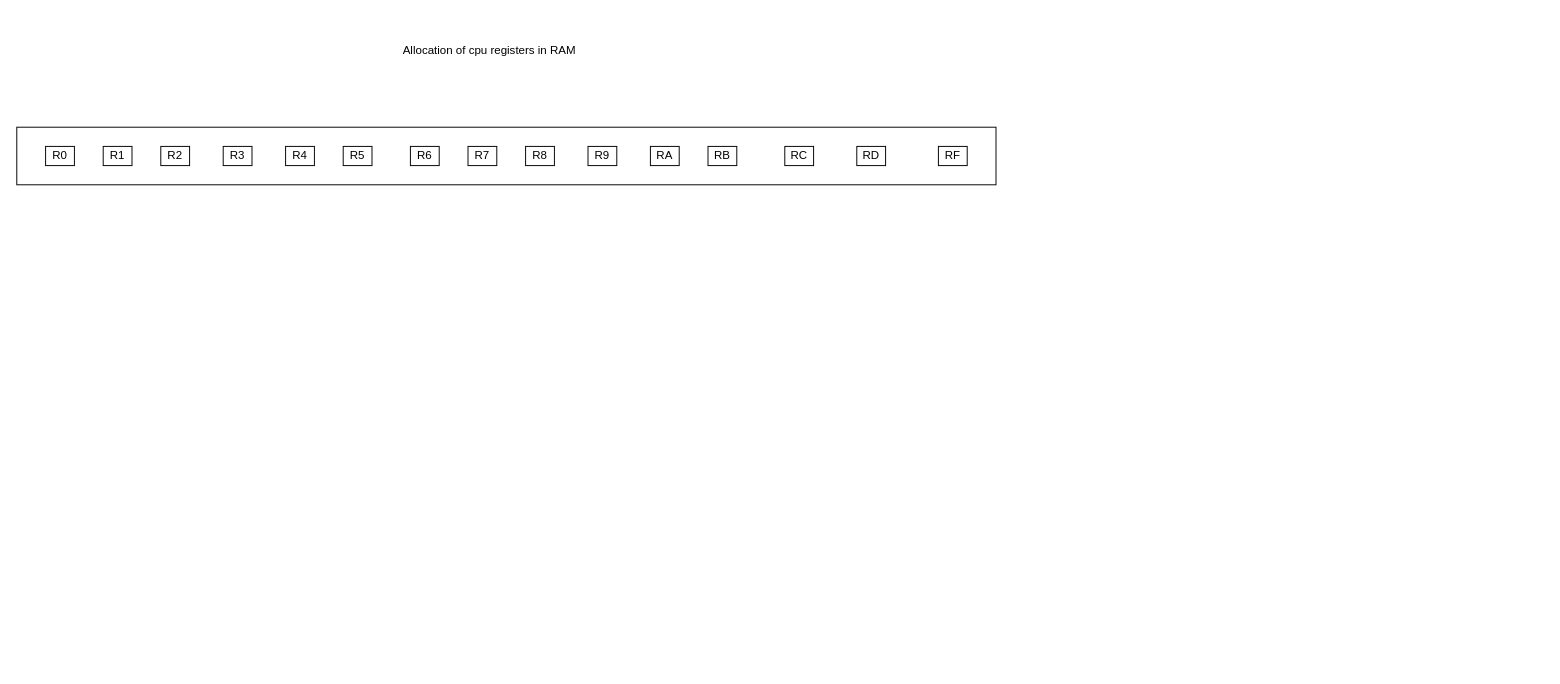
Earlier version of the draw.io diagram diagrams/CPU-registers.drawio (kpolet2010-hue/CoreSim). Source tidied: cells renumbered, new cells numbered last; positions are measured from the earlier drawing's top-left corner, leaving out a move shared by most shapes. Both pictures are drawn from the tidied source at 96%, with x=0, y=0 at pixel (16, 36).
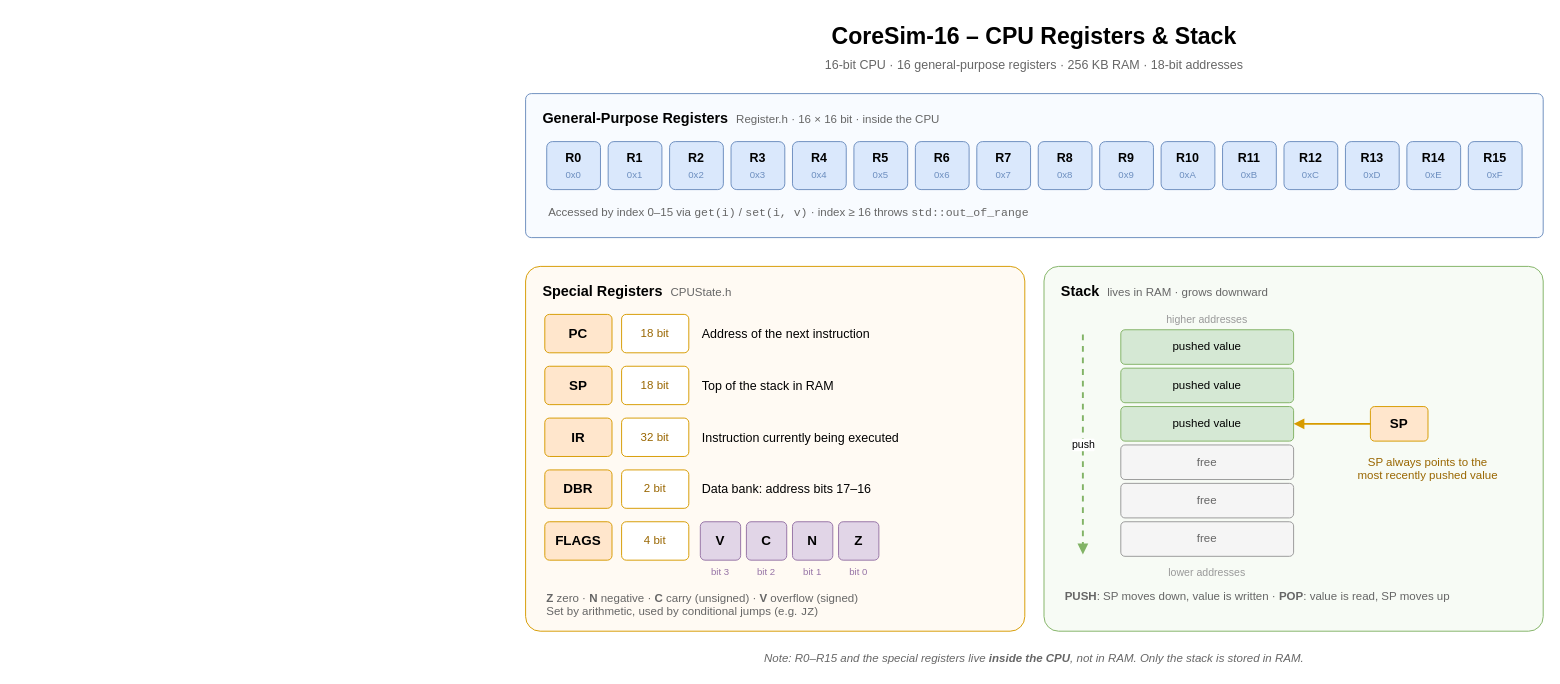
After the change.

Commit message (it also covers changes not shown here):
docs: redesign CPU register and stack diagram

What changed in the source:
```diff
@@
-<mxGraphModel>
+<mxGraphModel background="#FFFFFF">
@@
-    <mxCell id="2" style="whiteSpace=wrap;html=1;" parent="1" vertex="1">
-      <mxGeometry y="95" width="1020" height="60" as="geometry" />
-    </mxCell>
-    <mxCell id="3" value="R0" style="rounded=0;whiteSpace=wrap;html=1;" parent="1" vertex="1">
-      <mxGeometry x="30" y="115" width="30" height="20" as="geometry" />
-    </mxCell>
-    <mxCell id="4" value="R1" style="rounded=0;whiteSpace=wrap;html=1;" parent="1" vertex="1">
-      <mxGeometry x="90" y="115" width="30" height="20" as="geometry" />
-    </mxCell>
-    <mxCell id="5" value="R2" style="rounded=0;whiteSpace=wrap;html=1;" parent="1" vertex="1">
-      <mxGeometry x="150" y="115" width="30" height="20" as="geometry" />
-    </mxCell>
-    <mxCell id="6" value="R3" style="rounded=0;whiteSpace=wrap;html=1;" parent="1" vertex="1">
-      <mxGeometry x="215" y="115" width="30" height="20" as="geometry" />
-    </mxCell>
-    <mxCell id="7" value="R4" style="rounded=0;whiteSpace=wrap;html=1;" parent="1" vertex="1">
-      <mxGeometry x="280" y="115" width="30" height="20" as="geometry" />
-    </mxCell>
-    <mxCell id="8" value="R5" style="rounded=0;whiteSpace=wrap;html=1;" parent="1" vertex="1">
-      <mxGeometry x="340" y="115" width="30" height="20" as="geometry" />
-    </mxCell>
-    <mxCell id="9" value="R6" style="rounded=0;whiteSpace=wrap;html=1;" parent="1" vertex="1">
-      <mxGeometry x="410" y="115" width="30" height="20" as="geometry" />
-    </mxCell>
-    <mxCell id="10" value="R7" style="rounded=0;whiteSpace=wrap;html=1;" parent="1" vertex="1">
-      <mxGeometry x="470" y="115" width="30" height="20" as="geometry" />
-    </mxCell>
-    <mxCell id="11" value="R8" style="rounded=0;whiteSpace=wrap;html=1;" parent="1" vertex="1">
-      <mxGeometry x="530" y="115" width="30" height="20" as="geometry" />
-    </mxCell>
-    <mxCell id="12" value="R9" style="rounded=0;whiteSpace=wrap;html=1;" parent="1" vertex="1">
-      <mxGeometry x="595" y="115" width="30" height="20" as="geometry" />
-    </mxCell>
-    <mxCell id="13" value="RA" style="rounded=0;whiteSpace=wrap;html=1;" parent="1" vertex="1">
-      <mxGeometry x="660" y="115" width="30" height="20" as="geometry" />
-    </mxCell>
-    <mxCell id="14" value="RB" style="rounded=0;whiteSpace=wrap;html=1;" parent="1" vertex="1">
-      <mxGeometry x="720" y="115" width="30" height="20" as="geometry" />
-    </mxCell>
-    <mxCell id="15" value="RC" style="rounded=0;whiteSpace=wrap;html=1;" parent="1" vertex="1">
-      <mxGeometry x="800" y="115" width="30" height="20" as="geometry" />
-    </mxCell>
-    <mxCell id="16" value="RD" style="rounded=0;whiteSpace=wrap;html=1;" parent="1" vertex="1">
-      <mxGeometry x="875" y="115" width="30" height="20" as="geometry" />
-    </mxCell>
-    <mxCell id="17" value="RF" style="rounded=0;whiteSpace=wrap;html=1;" parent="1" vertex="1">
-      <mxGeometry x="960" y="115" width="30" height="20" as="geometry" />
-    </mxCell>
-    <mxCell id="18" value="Allocation of cpu registers in RAM" style="text;html=1;whiteSpace=wrap;strokeColor=none;fillColor=none;align=center;verticalAlign=middle;rounded=0;" parent="1" vertex="1">
-      <mxGeometry x="310" width="365" height="30" as="geometry" />
-    </mxCell>
+    <mxCell id="19" value="CoreSim-16 &amp;ndash; CPU Registers &amp;amp; Stack" style="text;html=1;strokeColor=none;fillColor=none;whiteSpace=wrap;fontFamily=Helvetica;fontSize=24;fontStyle=1;align=center;" parent="1" vertex="1">
+      <mxGeometry x="530" y="-20" width="1060" height="36" as="geometry" />
+    </mxCell>
+    <mxCell id="20" value="16-bit CPU &amp;middot; 16 general-purpose registers &amp;middot; 256 KB RAM &amp;middot; 18-bit addresses" style="text;html=1;strokeColor=none;fillColor=none;whiteSpace=wrap;fontFamily=Helvetica;fontSize=13;fontColor=#666666;align=center;" parent="1" vertex="1">
+      <mxGeometry x="530" y="16" width="1060" height="24" as="geometry" />
+    </mxCell>
+    <mxCell id="21" value="General-Purpose Registers&amp;nbsp;&amp;nbsp;&lt;span style=&quot;font-weight:normal;font-size:12px;color:#666666&quot;&gt;Register.h &amp;middot; 16 &amp;times; 16 bit &amp;middot; inside the CPU&lt;/span&gt;" style="rounded=1;arcSize=4;whiteSpace=wrap;html=1;verticalAlign=top;align=left;spacingLeft=16;spacingTop=10;fontSize=15;fontStyle=1;fontFamily=Helvetica;fillColor=#f8fbff;strokeColor=#6c8ebf;" parent="1" vertex="1">
+      <mxGeometry x="530" y="60" width="1060" height="150" as="geometry" />
+    </mxCell>
+    <mxCell id="22" value="&lt;b&gt;R0&lt;/b&gt;&lt;br&gt;&lt;font style=&quot;font-size:10px&quot; color=&quot;#6c8ebf&quot;&gt;0x0&lt;/font&gt;" style="rounded=1;arcSize=12;whiteSpace=wrap;html=1;fontFamily=Helvetica;fillColor=#dae8fc;strokeColor=#6c8ebf;fontSize=13;" parent="1" vertex="1">
+      <mxGeometry x="552" y="110" width="56" height="50" as="geometry" />
+    </mxCell>
+    <mxCell id="23" value="&lt;b&gt;R1&lt;/b&gt;&lt;br&gt;&lt;font style=&quot;font-size:10px&quot; color=&quot;#6c8ebf&quot;&gt;0x1&lt;/font&gt;" style="rounded=1;arcSize=12;whiteSpace=wrap;html=1;fontFamily=Helvetica;fillColor=#dae8fc;strokeColor=#6c8ebf;fontSize=13;" parent="1" vertex="1">
+      <mxGeometry x="616" y="110" width="56" height="50" as="geometry" />
+    </mxCell>
+    <mxCell id="24" value="&lt;b&gt;R2&lt;/b&gt;&lt;br&gt;&lt;font style=&quot;font-size:10px&quot; color=&quot;#6c8ebf&quot;&gt;0x2&lt;/font&gt;" style="rounded=1;arcSize=12;whiteSpace=wrap;html=1;fontFamily=Helvetica;fillColor=#dae8fc;strokeColor=#6c8ebf;fontSize=13;" parent="1" vertex="1">
+      <mxGeometry x="680" y="110" width="56" height="50" as="geometry" />
+    </mxCell>
+    <mxCell id="25" value="&lt;b&gt;R3&lt;/b&gt;&lt;br&gt;&lt;font style=&quot;font-size:10px&quot; color=&quot;#6c8ebf&quot;&gt;0x3&lt;/font&gt;" style="rounded=1;arcSize=12;whiteSpace=wrap;html=1;fontFamily=Helvetica;fillColor=#dae8fc;strokeColor=#6c8ebf;fontSize=13;" parent="1" vertex="1">
+      <mxGeometry x="744" y="110" width="56" height="50" as="geometry" />
+    </mxCell>
+    <mxCell id="26" value="&lt;b&gt;R4&lt;/b&gt;&lt;br&gt;&lt;font style=&quot;font-size:10px&quot; color=&quot;#6c8ebf&quot;&gt;0x4&lt;/font&gt;" style="rounded=1;arcSize=12;whiteSpace=wrap;html=1;fontFamily=Helvetica;fillColor=#dae8fc;strokeColor=#6c8ebf;fontSize=13;" parent="1" vertex="1">
+      <mxGeometry x="808" y="110" width="56" height="50" as="geometry" />
+    </mxCell>
+    <mxCell id="27" value="&lt;b&gt;R5&lt;/b&gt;&lt;br&gt;&lt;font style=&quot;font-size:10px&quot; color=&quot;#6c8ebf&quot;&gt;0x5&lt;/font&gt;" style="rounded=1;arcSize=12;whiteSpace=wrap;html=1;fontFamily=Helvetica;fillColor=#dae8fc;strokeColor=#6c8ebf;fontSize=13;" parent="1" vertex="1">
+      <mxGeometry x="872" y="110" width="56" height="50" as="geometry" />
+    </mxCell>
+    <mxCell id="28" value="&lt;b&gt;R6&lt;/b&gt;&lt;br&gt;&lt;font style=&quot;font-size:10px&quot; color=&quot;#6c8ebf&quot;&gt;0x6&lt;/font&gt;" style="rounded=1;arcSize=12;whiteSpace=wrap;html=1;fontFamily=Helvetica;fillColor=#dae8fc;strokeColor=#6c8ebf;fontSize=13;" parent="1" vertex="1">
+      <mxGeometry x="936" y="110" width="56" height="50" as="geometry" />
+    </mxCell>
+    <mxCell id="29" value="&lt;b&gt;R7&lt;/b&gt;&lt;br&gt;&lt;font style=&quot;font-size:10px&quot; color=&quot;#6c8ebf&quot;&gt;0x7&lt;/font&gt;" style="rounded=1;arcSize=12;whiteSpace=wrap;html=1;fontFamily=Helvetica;fillColor=#dae8fc;strokeColor=#6c8ebf;fontSize=13;" parent="1" vertex="1">
+      <mxGeometry x="1000" y="110" width="56" height="50" as="geometry" />
+    </mxCell>
+    <mxCell id="30" value="&lt;b&gt;R8&lt;/b&gt;&lt;br&gt;&lt;font style=&quot;font-size:10px&quot; color=&quot;#6c8ebf&quot;&gt;0x8&lt;/font&gt;" style="rounded=1;arcSize=12;whiteSpace=wrap;html=1;fontFamily=Helvetica;fillColor=#dae8fc;strokeColor=#6c8ebf;fontSize=13;" parent="1" vertex="1">
+      <mxGeometry x="1064" y="110" width="56" height="50" as="geometry" />
+    </mxCell>
+    <mxCell id="31" value="&lt;b&gt;R9&lt;/b&gt;&lt;br&gt;&lt;font style=&quot;font-size:10px&quot; color=&quot;#6c8ebf&quot;&gt;0x9&lt;/font&gt;" style="rounded=1;arcSize=12;whiteSpace=wrap;html=1;fontFamily=Helvetica;fillColor=#dae8fc;strokeColor=#6c8ebf;fontSize=13;" parent="1" vertex="1">
+      <mxGeometry x="1128" y="110" width="56" height="50" as="geometry" />
+    </mxCell>
+    <mxCell id="32" value="&lt;b&gt;R10&lt;/b&gt;&lt;br&gt;&lt;font style=&quot;font-size:10px&quot; color=&quot;#6c8ebf&quot;&gt;0xA&lt;/font&gt;" style="rounded=1;arcSize=12;whiteSpace=wrap;html=1;fontFamily=Helvetica;fillColor=#dae8fc;strokeColor=#6c8ebf;fontSize=13;" parent="1" vertex="1">
+      <mxGeometry x="1192" y="110" width="56" height="50" as="geometry" />
+    </mxCell>
+    <mxCell id="33" value="&lt;b&gt;R11&lt;/b&gt;&lt;br&gt;&lt;font style=&quot;font-size:10px&quot; color=&quot;#6c8ebf&quot;&gt;0xB&lt;/font&gt;" style="rounded=1;arcSize=12;whiteSpace=wrap;html=1;fontFamily=Helvetica;fillColor=#dae8fc;strokeColor=#6c8ebf;fontSize=13;" parent="1" vertex="1">
+      <mxGeometry x="1256" y="110" width="56" height="50" as="geometry" />
+    </mxCell>
+    <mxCell id="34" value="&lt;b&gt;R12&lt;/b&gt;&lt;br&gt;&lt;font style=&quot;font-size:10px&quot; color=&quot;#6c8ebf&quot;&gt;0xC&lt;/font&gt;" style="rounded=1;arcSize=12;whiteSpace=wrap;html=1;fontFamily=Helvetica;fillColor=#dae8fc;strokeColor=#6c8ebf;fontSize=13;" parent="1" vertex="1">
+      <mxGeometry x="1320" y="110" width="56" height="50" as="geometry" />
+    </mxCell>
+    <mxCell id="35" value="&lt;b&gt;R13&lt;/b&gt;&lt;br&gt;&lt;font style=&quot;font-size:10px&quot; color=&quot;#6c8ebf&quot;&gt;0xD&lt;/font&gt;" style="rounded=1;arcSize=12;whiteSpace=wrap;html=1;fontFamily=Helvetica;fillColor=#dae8fc;strokeColor=#6c8ebf;fontSize=13;" parent="1" vertex="1">
+      <mxGeometry x="1384" y="110" width="56" height="50" as="geometry" />
+    </mxCell>
+    <mxCell id="36" value="&lt;b&gt;R14&lt;/b&gt;&lt;br&gt;&lt;font style=&quot;font-size:10px&quot; color=&quot;#6c8ebf&quot;&gt;0xE&lt;/font&gt;" style="rounded=1;arcSize=12;whiteSpace=wrap;html=1;fontFamily=Helvetica;fillColor=#dae8fc;strokeColor=#6c8ebf;fontSize=13;" parent="1" vertex="1">
+      <mxGeometry x="1448" y="110" width="56" height="50" as="geometry" />
+    </mxCell>
+    <mxCell id="37" value="&lt;b&gt;R15&lt;/b&gt;&lt;br&gt;&lt;font style=&quot;font-size:10px&quot; color=&quot;#6c8ebf&quot;&gt;0xF&lt;/font&gt;" style="rounded=1;arcSize=12;whiteSpace=wrap;html=1;fontFamily=Helvetica;fillColor=#dae8fc;strokeColor=#6c8ebf;fontSize=13;" parent="1" vertex="1">
+      <mxGeometry x="1512" y="110" width="56" height="50" as="geometry" />
+    </mxCell>
+    <mxCell id="38" value="Accessed by index 0&amp;ndash;15 via &lt;code&gt;get(i)&lt;/code&gt; / &lt;code&gt;set(i, v)&lt;/code&gt; &amp;middot; index &amp;ge; 16 throws &lt;code&gt;std::out_of_range&lt;/code&gt;" style="text;html=1;strokeColor=none;fillColor=none;whiteSpace=wrap;fontFamily=Helvetica;fontSize=12;fontColor=#666666;align=left;" parent="1" vertex="1">
+      <mxGeometry x="552" y="170" width="1016" height="24" as="geometry" />
+    </mxCell>
+    <mxCell id="39" value="Special Registers&amp;nbsp;&amp;nbsp;&lt;span style=&quot;font-weight:normal;font-size:12px;color:#666666&quot;&gt;CPUState.h&lt;/span&gt;" style="rounded=1;arcSize=4;whiteSpace=wrap;html=1;verticalAlign=top;align=left;spacingLeft=16;spacingTop=10;fontSize=15;fontStyle=1;fontFamily=Helvetica;fillColor=#fffaf3;strokeColor=#d79b00;" parent="1" vertex="1">
+      <mxGeometry x="530" y="240" width="520" height="380" as="geometry" />
+    </mxCell>
+    <mxCell id="40" value="&lt;b&gt;PC&lt;/b&gt;" style="rounded=1;arcSize=12;whiteSpace=wrap;html=1;fontFamily=Helvetica;fillColor=#ffe6cc;strokeColor=#d79b00;fontSize=14;" parent="1" vertex="1">
+      <mxGeometry x="550" y="290" width="70" height="40" as="geometry" />
+    </mxCell>
+    <mxCell id="41" value="18 bit" style="rounded=1;arcSize=12;whiteSpace=wrap;html=1;fontFamily=Helvetica;fillColor=#ffffff;strokeColor=#d79b00;fontSize=12;fontColor=#996600;" parent="1" vertex="1">
+      <mxGeometry x="630" y="290" width="70" height="40" as="geometry" />
+    </mxCell>
+    <mxCell id="42" value="Address of the next instruction" style="text;html=1;strokeColor=none;fillColor=none;whiteSpace=wrap;fontFamily=Helvetica;fontSize=13;align=left;verticalAlign=middle;" parent="1" vertex="1">
+      <mxGeometry x="712" y="290" width="320" height="40" as="geometry" />
+    </mxCell>
+    <mxCell id="43" value="&lt;b&gt;SP&lt;/b&gt;" style="rounded=1;arcSize=12;whiteSpace=wrap;html=1;fontFamily=Helvetica;fillColor=#ffe6cc;strokeColor=#d79b00;fontSize=14;" parent="1" vertex="1">
+      <mxGeometry x="550" y="344" width="70" height="40" as="geometry" />
+    </mxCell>
+    <mxCell id="44" value="18 bit" style="rounded=1;arcSize=12;whiteSpace=wrap;html=1;fontFamily=Helvetica;fillColor=#ffffff;strokeColor=#d79b00;fontSize=12;fontColor=#996600;" parent="1" vertex="1">
+      <mxGeometry x="630" y="344" width="70" height="40" as="geometry" />
+    </mxCell>
+    <mxCell id="45" value="Top of the stack in RAM" style="text;html=1;strokeColor=none;fillColor=none;whiteSpace=wrap;fontFamily=Helvetica;fontSize=13;align=left;verticalAlign=middle;" parent="1" vertex="1">
+      <mxGeometry x="712" y="344" width="320" height="40" as="geometry" />
+    </mxCell>
+    <mxCell id="46" value="&lt;b&gt;IR&lt;/b&gt;" style="rounded=1;arcSize=12;whiteSpace=wrap;html=1;fontFamily=Helvetica;fillColor=#ffe6cc;strokeColor=#d79b00;fontSize=14;" parent="1" vertex="1">
+      <mxGeometry x="550" y="398" width="70" height="40" as="geometry" />
+    </mxCell>
+    <mxCell id="47" value="32 bit" style="rounded=1;arcSize=12;whiteSpace=wrap;html=1;fontFamily=Helvetica;fillColor=#ffffff;strokeColor=#d79b00;fontSize=12;fontColor=#996600;" parent="1" vertex="1">
+      <mxGeometry x="630" y="398" width="70" height="40" as="geometry" />
+    </mxCell>
+    <mxCell id="48" value="Instruction currently being executed" style="text;html=1;strokeColor=none;fillColor=none;whiteSpace=wrap;fontFamily=Helvetica;fontSize=13;align=left;verticalAlign=middle;" parent="1" vertex="1">
+      <mxGeometry x="712" y="398" width="320" height="40" as="geometry" />
+    </mxCell>
+    <mxCell id="49" value="&lt;b&gt;DBR&lt;/b&gt;" style="rounded=1;arcSize=12;whiteSpace=wrap;html=1;fontFamily=Helvetica;fillColor=#ffe6cc;strokeColor=#d79b00;fontSize=14;" parent="1" vertex="1">
+      <mxGeometry x="550" y="452" width="70" height="40" as="geometry" />
+    </mxCell>
+    <mxCell id="50" value="2 bit" style="rounded=1;arcSize=12;whiteSpace=wrap;html=1;fontFamily=Helvetica;fillColor=#ffffff;strokeColor=#d79b00;fontSize=12;fontColor=#996600;" parent="1" vertex="1">
+      <mxGeometry x="630" y="452" width="70" height="40" as="geometry" />
+    </mxCell>
+    <mxCell id="51" value="Data bank: address bits 17&amp;ndash;16" style="text;html=1;strokeColor=none;fillColor=none;whiteSpace=wrap;fontFamily=Helvetica;fontSize=13;align=left;verticalAlign=middle;" parent="1" vertex="1">
+      <mxGeometry x="712" y="452" width="320" height="40" as="geometry" />
+    </mxCell>
+    <mxCell id="52" value="&lt;b&gt;FLAGS&lt;/b&gt;" style="rounded=1;arcSize=12;whiteSpace=wrap;html=1;fontFamily=Helvetica;fillColor=#ffe6cc;strokeColor=#d79b00;fontSize=14;" parent="1" vertex="1">
+      <mxGeometry x="550" y="506" width="70" height="40" as="geometry" />
+    </mxCell>
+    <mxCell id="53" value="4 bit" style="rounded=1;arcSize=12;whiteSpace=wrap;html=1;fontFamily=Helvetica;fillColor=#ffffff;strokeColor=#d79b00;fontSize=12;fontColor=#996600;" parent="1" vertex="1">
+      <mxGeometry x="630" y="506" width="70" height="40" as="geometry" />
+    </mxCell>
+    <mxCell id="54" value="&lt;b&gt;V&lt;/b&gt;" style="rounded=1;arcSize=12;whiteSpace=wrap;html=1;fontFamily=Helvetica;fillColor=#e1d5e7;strokeColor=#9673a6;fontSize=14;" parent="1" vertex="1">
+      <mxGeometry x="712" y="506" width="42" height="40" as="geometry" />
+    </mxCell>
+    <mxCell id="55" value="bit 3" style="text;html=1;strokeColor=none;fillColor=none;whiteSpace=wrap;fontFamily=Helvetica;fontSize=10;fontColor=#9673a6;align=center;" parent="1" vertex="1">
+      <mxGeometry x="712" y="546" width="42" height="18" as="geometry" />
+    </mxCell>
+    <mxCell id="56" value="&lt;b&gt;C&lt;/b&gt;" style="rounded=1;arcSize=12;whiteSpace=wrap;html=1;fontFamily=Helvetica;fillColor=#e1d5e7;strokeColor=#9673a6;fontSize=14;" parent="1" vertex="1">
+      <mxGeometry x="760" y="506" width="42" height="40" as="geometry" />
+    </mxCell>
+    <mxCell id="57" value="bit 2" style="text;html=1;strokeColor=none;fillColor=none;whiteSpace=wrap;fontFamily=Helvetica;fontSize=10;fontColor=#9673a6;align=center;" parent="1" vertex="1">
+      <mxGeometry x="760" y="546" width="42" height="18" as="geometry" />
+    </mxCell>
+    <mxCell id="58" value="&lt;b&gt;N&lt;/b&gt;" style="rounded=1;arcSize=12;whiteSpace=wrap;html=1;fontFamily=Helvetica;fillColor=#e1d5e7;strokeColor=#9673a6;fontSize=14;" parent="1" vertex="1">
+      <mxGeometry x="808" y="506" width="42" height="40" as="geometry" />
+    </mxCell>
+    <mxCell id="59" value="bit 1" style="text;html=1;strokeColor=none;fillColor=none;whiteSpace=wrap;fontFamily=Helvetica;fontSize=10;fontColor=#9673a6;align=center;" parent="1" vertex="1">
+      <mxGeometry x="808" y="546" width="42" height="18" as="geometry" />
+    </mxCell>
+    <mxCell id="60" value="&lt;b&gt;Z&lt;/b&gt;" style="rounded=1;arcSize=12;whiteSpace=wrap;html=1;fontFamily=Helvetica;fillColor=#e1d5e7;strokeColor=#9673a6;fontSize=14;" parent="1" vertex="1">
+      <mxGeometry x="856" y="506" width="42" height="40" as="geometry" />
+    </mxCell>
+    <mxCell id="61" value="bit 0" style="text;html=1;strokeColor=none;fillColor=none;whiteSpace=wrap;fontFamily=Helvetica;fontSize=10;fontColor=#9673a6;align=center;" parent="1" vertex="1">
+      <mxGeometry x="856" y="546" width="42" height="18" as="geometry" />
+    </mxCell>
+    <mxCell id="62" value="&lt;b&gt;Z&lt;/b&gt; zero &amp;middot; &lt;b&gt;N&lt;/b&gt; negative &amp;middot; &lt;b&gt;C&lt;/b&gt; carry (unsigned) &amp;middot; &lt;b&gt;V&lt;/b&gt; overflow (signed)&lt;br&gt;Set by arithmetic, used by conditional jumps (e.g. &lt;code&gt;JZ&lt;/code&gt;)" style="text;html=1;strokeColor=none;fillColor=none;whiteSpace=wrap;fontFamily=Helvetica;fontSize=12;fontColor=#666666;align=left;" parent="1" vertex="1">
+      <mxGeometry x="550" y="572" width="490" height="40" as="geometry" />
+    </mxCell>
+    <mxCell id="63" value="Stack&amp;nbsp;&amp;nbsp;&lt;span style=&quot;font-weight:normal;font-size:12px;color:#666666&quot;&gt;lives in RAM &amp;middot; grows downward&lt;/span&gt;" style="rounded=1;arcSize=4;whiteSpace=wrap;html=1;verticalAlign=top;align=left;spacingLeft=16;spacingTop=10;fontSize=15;fontStyle=1;fontFamily=Helvetica;fillColor=#f7fbf5;strokeColor=#82b366;" parent="1" vertex="1">
+      <mxGeometry x="1070" y="240" width="520" height="380" as="geometry" />
+    </mxCell>
+    <mxCell id="64" value="higher addresses" style="text;html=1;strokeColor=none;fillColor=none;whiteSpace=wrap;fontFamily=Helvetica;fontSize=11;fontColor=#999999;align=center;" parent="1" vertex="1">
+      <mxGeometry x="1150" y="282" width="180" height="20" as="geometry" />
+    </mxCell>
+    <mxCell id="65" value="pushed value" style="rounded=1;arcSize=12;whiteSpace=wrap;html=1;fontFamily=Helvetica;fillColor=#d5e8d4;strokeColor=#82b366;fontSize=12;" parent="1" vertex="1">
+      <mxGeometry x="1150" y="306" width="180" height="36" as="geometry" />
+    </mxCell>
+    <mxCell id="66" value="pushed value" style="rounded=1;arcSize=12;whiteSpace=wrap;html=1;fontFamily=Helvetica;fillColor=#d5e8d4;strokeColor=#82b366;fontSize=12;" parent="1" vertex="1">
+      <mxGeometry x="1150" y="346" width="180" height="36" as="geometry" />
+    </mxCell>
+    <mxCell id="67" value="pushed value" style="rounded=1;arcSize=12;whiteSpace=wrap;html=1;fontFamily=Helvetica;fillColor=#d5e8d4;strokeColor=#82b366;fontSize=12;" parent="1" vertex="1">
+      <mxGeometry x="1150" y="386" width="180" height="36" as="geometry" />
+    </mxCell>
+    <mxCell id="68" value="free" style="rounded=1;arcSize=12;whiteSpace=wrap;html=1;fontFamily=Helvetica;fillColor=#f5f5f5;strokeColor=#999999;fontColor=#666666;fontSize=12;" parent="1" vertex="1">
+      <mxGeometry x="1150" y="426" width="180" height="36" as="geometry" />
+    </mxCell>
+    <mxCell id="69" value="free" style="rounded=1;arcSize=12;whiteSpace=wrap;html=1;fontFamily=Helvetica;fillColor=#f5f5f5;strokeColor=#999999;fontColor=#666666;fontSize=12;" parent="1" vertex="1">
+      <mxGeometry x="1150" y="466" width="180" height="36" as="geometry" />
+    </mxCell>
+    <mxCell id="70" value="free" style="rounded=1;arcSize=12;whiteSpace=wrap;html=1;fontFamily=Helvetica;fillColor=#f5f5f5;strokeColor=#999999;fontColor=#666666;fontSize=12;" parent="1" vertex="1">
+      <mxGeometry x="1150" y="506" width="180" height="36" as="geometry" />
+    </mxCell>
+    <mxCell id="71" value="lower addresses" style="text;html=1;strokeColor=none;fillColor=none;whiteSpace=wrap;fontFamily=Helvetica;fontSize=11;fontColor=#999999;align=center;" parent="1" vertex="1">
+      <mxGeometry x="1150" y="546" width="180" height="20" as="geometry" />
+    </mxCell>
+    <mxCell id="72" value="&lt;b&gt;SP&lt;/b&gt;" style="rounded=1;arcSize=12;whiteSpace=wrap;html=1;fontFamily=Helvetica;fillColor=#ffe6cc;strokeColor=#d79b00;fontSize=14;" parent="1" vertex="1">
+      <mxGeometry x="1410" y="386" width="60" height="36" as="geometry" />
+    </mxCell>
+    <mxCell id="73" style="endArrow=block;endFill=1;html=1;strokeWidth=2;strokeColor=#d79b00;exitX=0;exitY=0.5;entryX=1;entryY=0.5;" parent="1" edge="1" source="72" target="67">
+      <mxGeometry relative="1" as="geometry" />
+    </mxCell>
+    <mxCell id="74" value="SP always points to the&lt;br&gt;most recently pushed value" style="text;html=1;strokeColor=none;fillColor=none;whiteSpace=wrap;fontFamily=Helvetica;fontSize=12;fontColor=#996600;align=center;" parent="1" vertex="1">
+      <mxGeometry x="1370" y="430" width="200" height="40" as="geometry" />
+    </mxCell>
+    <mxCell id="75" style="text;strokeColor=none;fillColor=none;" parent="1" vertex="1">
+      <mxGeometry x="1110" y="310" width="1" height="1" as="geometry" />
+    </mxCell>
+    <mxCell id="76" style="text;strokeColor=none;fillColor=none;" parent="1" vertex="1">
+      <mxGeometry x="1110" y="540" width="1" height="1" as="geometry" />
+    </mxCell>
+    <mxCell id="77" value="push" style="endArrow=block;endFill=1;html=1;strokeWidth=2;strokeColor=#82b366;dashed=1;" parent="1" edge="1" source="75" target="76">
+      <mxGeometry relative="1" as="geometry" />
+    </mxCell>
+    <mxCell id="78" value="&lt;b&gt;PUSH&lt;/b&gt;: SP moves down, value is written &amp;middot; &lt;b&gt;POP&lt;/b&gt;: value is read, SP moves up" style="text;html=1;strokeColor=none;fillColor=none;whiteSpace=wrap;fontFamily=Helvetica;fontSize=12;fontColor=#666666;align=left;" parent="1" vertex="1">
+      <mxGeometry x="1090" y="570" width="490" height="30" as="geometry" />
+    </mxCell>
+    <mxCell id="79" value="Note: R0&amp;ndash;R15 and the special registers live &lt;b&gt;inside the CPU&lt;/b&gt;, not in RAM. Only the stack is stored in RAM." style="text;html=1;strokeColor=none;fillColor=none;whiteSpace=wrap;fontFamily=Helvetica;fontSize=12;fontColor=#666666;align=center;fontStyle=2;" parent="1" vertex="1">
+      <mxGeometry x="530" y="635" width="1060" height="24" as="geometry" />
+    </mxCell>
```
